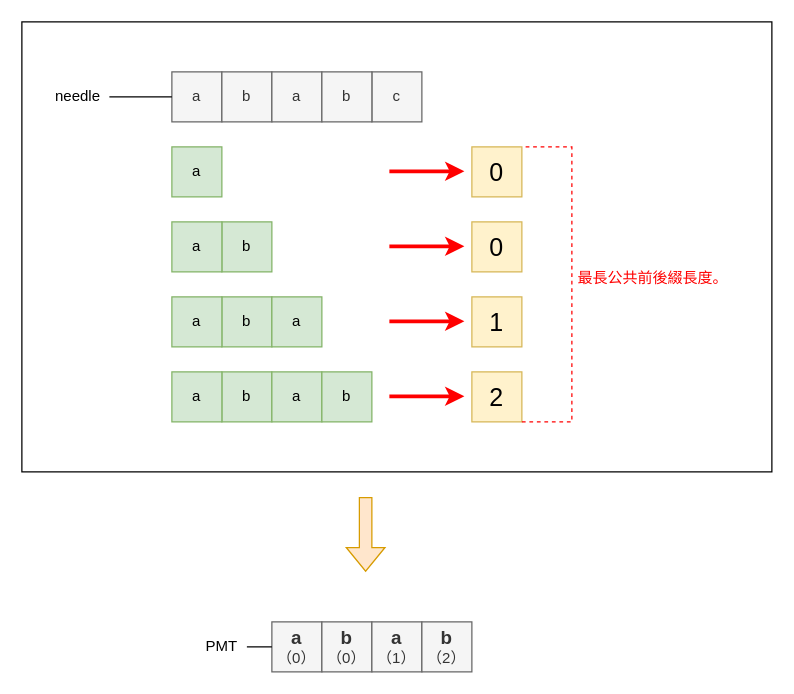
Before: page "第 2 页" (2 of 11) of docs/0028_find_the_index_of_the_first_occurrence_in_a_string_kmp.drawio in rickbsr/example-leetcode, a draw.io diagram. Source tidied: cells renumbered, new cells numbered last; positions are measured from the earlier drawing's top-left corner, leaving out a move shared by most shapes. Both pictures are drawn from the tidied source at 125%, with x=0, y=0 at pixel (21, 21).
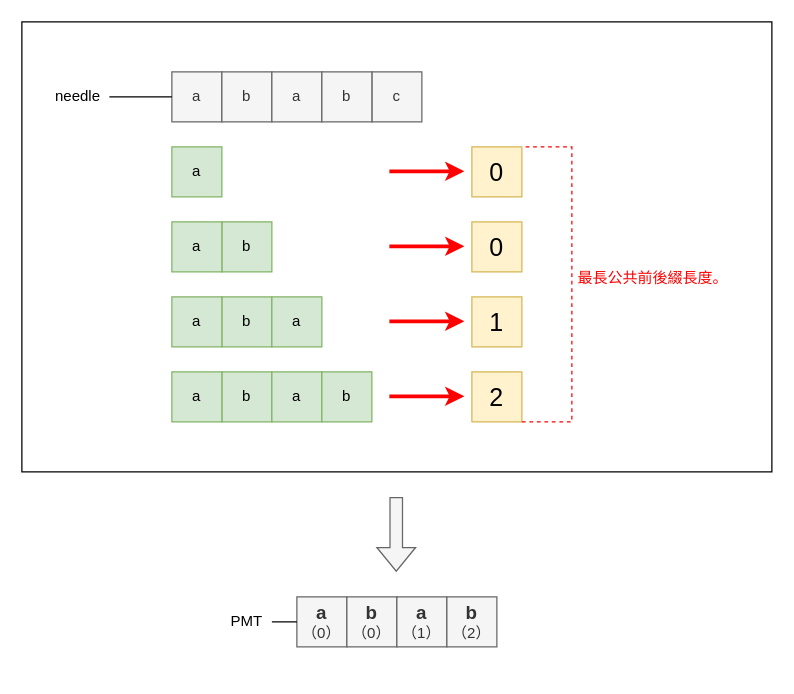
The same diagram, later.

Diff of the diagram source:
```diff
@@
-    <mxCell id="26" style="shape=flexArrow;endArrow=classic;html=1;rounded=0;strokeColor=#d79b00;fontColor=#FF0000;fillColor=#ffe6cc;" parent="1" edge="1">
+    <mxCell id="26" style="shape=flexArrow;endArrow=classic;html=1;rounded=0;strokeColor=#666666;fontColor=#FF0000;fillColor=#f5f5f5;" parent="1" edge="1">
       <mxGeometry relative="1" as="geometry">
-        <mxPoint x="275" y="380" as="sourcePoint" />
-        <mxPoint x="275" y="440" as="targetPoint" />
+        <mxPoint x="299.5" y="380" as="sourcePoint" />
+        <mxPoint x="299.5" y="440" as="targetPoint" />
       </mxGeometry>
     </mxCell>
@@
     <mxCell id="31" value="&lt;b&gt;&lt;font style=&quot;font-size: 15px;&quot;&gt;a&lt;/font&gt;&lt;/b&gt;&lt;br&gt;（0）" style="rounded=0;whiteSpace=wrap;html=1;fillColor=#f5f5f5;fontColor=#333333;strokeColor=#666666;" parent="1" vertex="1">
-      <mxGeometry x="200" y="480" width="40" height="40" as="geometry" />
+      <mxGeometry x="220" y="460" width="40" height="40" as="geometry" />
     </mxCell>
     <mxCell id="32" value="&lt;font style=&quot;font-size: 15px;&quot;&gt;&lt;b&gt;b&lt;/b&gt;&lt;/font&gt;&lt;br&gt;（0）" style="rounded=0;whiteSpace=wrap;html=1;fillColor=#f5f5f5;fontColor=#333333;strokeColor=#666666;" parent="1" vertex="1">
-      <mxGeometry x="240" y="480" width="40" height="40" as="geometry" />
+      <mxGeometry x="260" y="460" width="40" height="40" as="geometry" />
     </mxCell>
     <mxCell id="33" value="&lt;font style=&quot;font-size: 15px;&quot;&gt;&lt;b&gt;a&lt;/b&gt;&lt;/font&gt;&lt;br&gt;（1）" style="rounded=0;whiteSpace=wrap;html=1;fillColor=#f5f5f5;fontColor=#333333;strokeColor=#666666;" parent="1" vertex="1">
-      <mxGeometry x="280" y="480" width="40" height="40" as="geometry" />
+      <mxGeometry x="300" y="460" width="40" height="40" as="geometry" />
     </mxCell>
     <mxCell id="34" value="&lt;font style=&quot;font-size: 15px;&quot;&gt;&lt;b&gt;b&lt;/b&gt;&lt;/font&gt;&lt;br&gt;（2）" style="rounded=0;whiteSpace=wrap;html=1;fillColor=#f5f5f5;fontColor=#333333;strokeColor=#666666;" parent="1" vertex="1">
-      <mxGeometry x="320" y="480" width="40" height="40" as="geometry" />
+      <mxGeometry x="340" y="460" width="40" height="40" as="geometry" />
     </mxCell>
     <mxCell id="35" value="PMT" style="text;html=1;strokeColor=none;fillColor=none;align=center;verticalAlign=middle;whiteSpace=wrap;rounded=0;fontColor=#000000;" parent="1" vertex="1">
-      <mxGeometry x="140" y="480" width="40" height="40" as="geometry" />
+      <mxGeometry x="160" y="460" width="40" height="40" as="geometry" />
     </mxCell>
```
